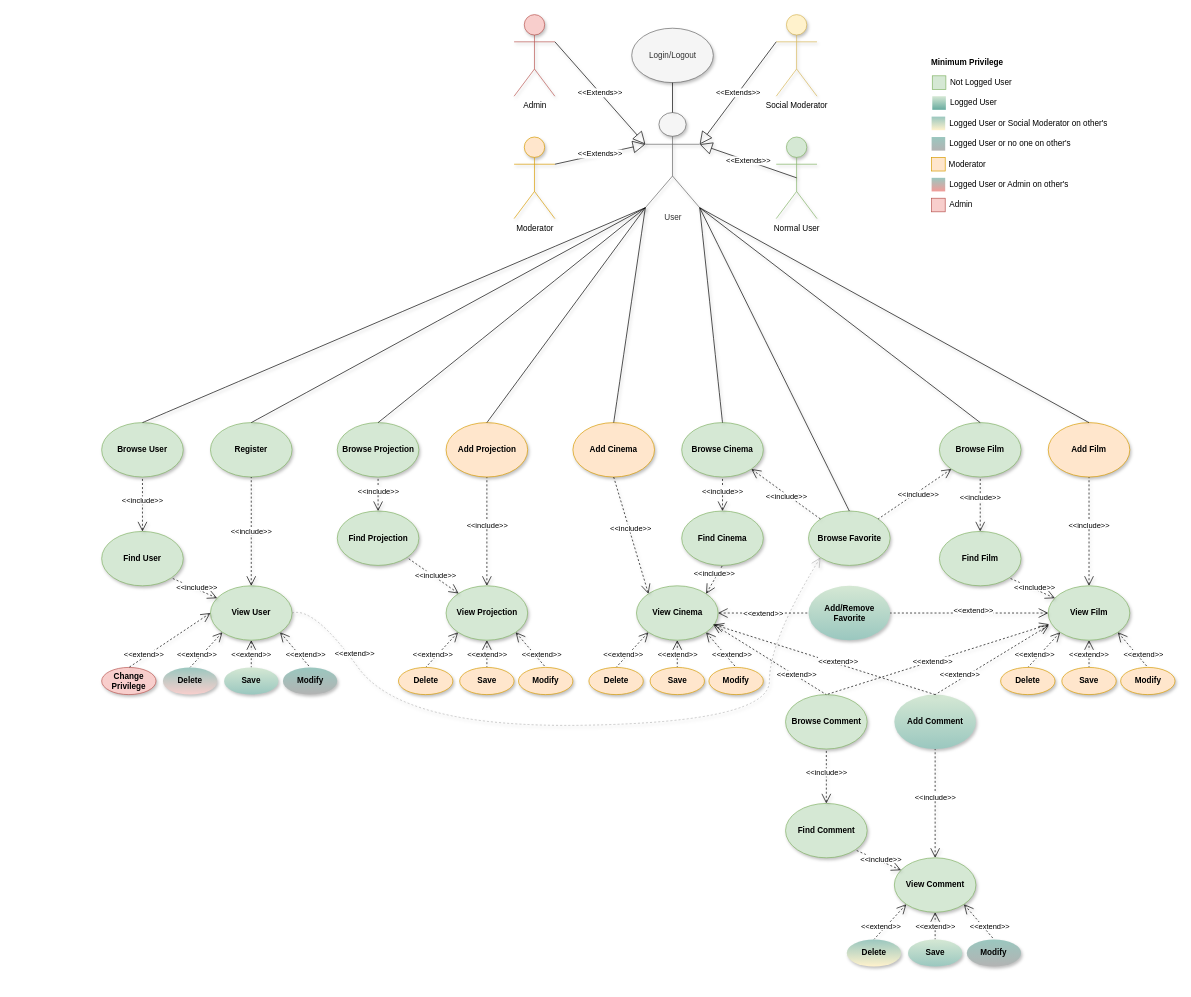
Above: Task2/Documentation/Diagrams/Use Case.drawio in unipi-fr/LargeScaleMultiStructureDatabases (draw.io), before the change. Source tidied: cells renumbered, new cells numbered last; positions are measured from the earlier drawing's top-left corner, leaving out a move shared by most shapes. Both pictures are drawn from the tidied source at 68%, with x=0, y=0 at pixel (101, 14).
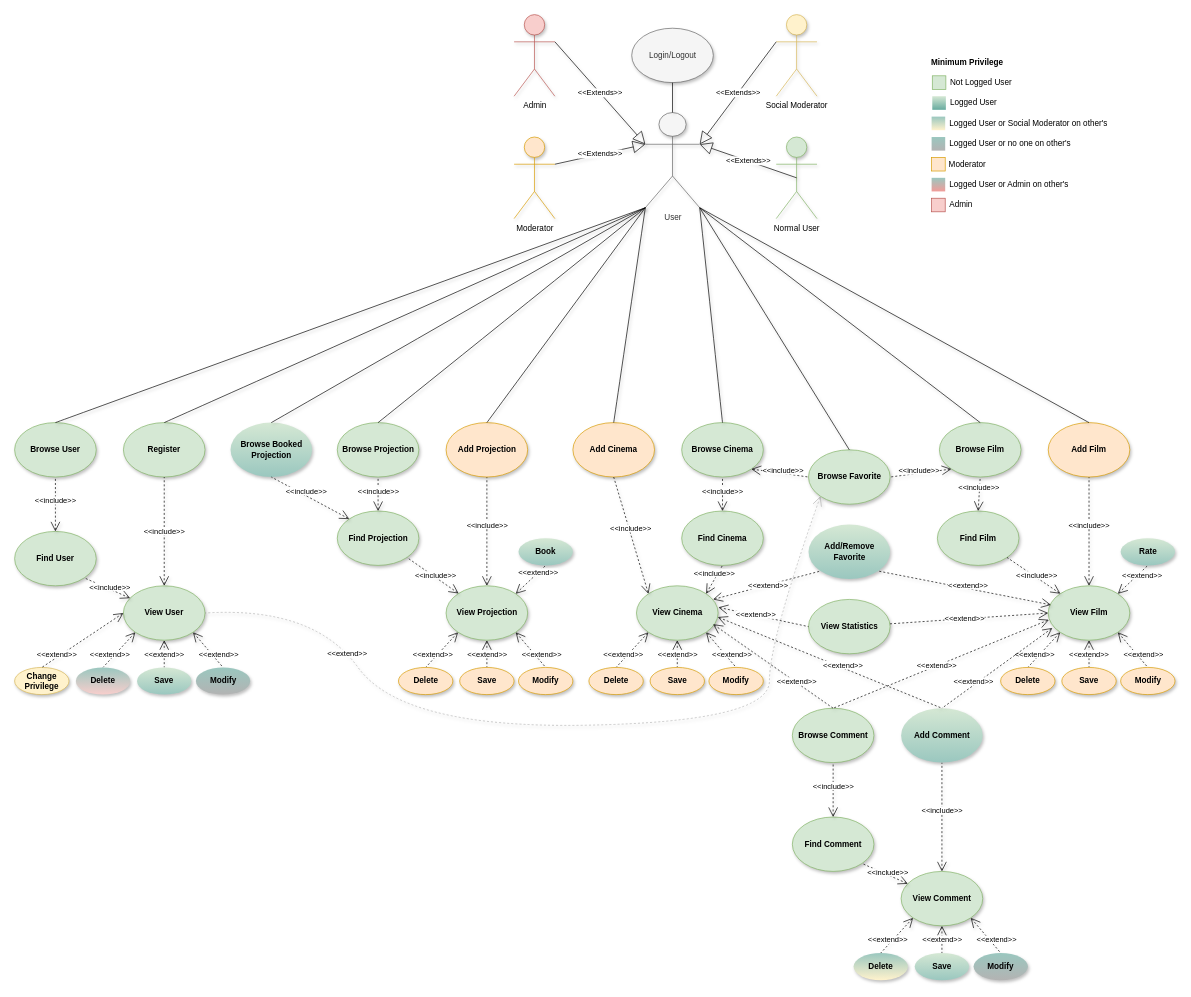
The same page after the edit.

Unchanged cells that the change refers to:
```xml
<mxCell id="3" value="User" style="shape=umlActor;verticalLabelPosition=bottom;labelBackgroundColor=#ffffff;verticalAlign=top;html=1;outlineConnect=0;fillColor=#f5f5f5;strokeColor=#666666;shadow=1;fontColor=#333333;" parent="1" vertex="1">
  <mxGeometry x="799.5" y="144" width="80" height="140" as="geometry" />
</mxCell>
<mxCell id="39" value="View Projection" style="ellipse;whiteSpace=wrap;html=1;fontStyle=1;fillColor=#d5e8d4;strokeColor=#82b366;shadow=1;" parent="1" vertex="1">
  <mxGeometry x="506.5" y="840" width="120" height="80" as="geometry" />
</mxCell>
<mxCell id="43" value="Find Projection" style="ellipse;whiteSpace=wrap;html=1;fontStyle=1;fillColor=#d5e8d4;strokeColor=#82b366;shadow=1;" parent="1" vertex="1">
  <mxGeometry x="346.5" y="730" width="120" height="80" as="geometry" />
</mxCell>
<mxCell id="51" value="View Cinema" style="ellipse;whiteSpace=wrap;html=1;fontStyle=1;fillColor=#d5e8d4;strokeColor=#82b366;shadow=1;direction=east;" parent="1" vertex="1">
  <mxGeometry x="786.5" y="840" width="120" height="80" as="geometry" />
</mxCell>
<mxCell id="56" value="Browse Cinema" style="ellipse;whiteSpace=wrap;html=1;fontStyle=1;fillColor=#d5e8d4;strokeColor=#82b366;shadow=1;direction=east;" parent="1" vertex="1">
  <mxGeometry x="853" y="600" width="120" height="80" as="geometry" />
</mxCell>
<mxCell id="62" value="View Film" style="ellipse;whiteSpace=wrap;html=1;fontStyle=1;fillColor=#d5e8d4;strokeColor=#82b366;shadow=1;" parent="1" vertex="1">
  <mxGeometry x="1392" y="840" width="120" height="80" as="geometry" />
</mxCell>
<mxCell id="69" value="&lt;b&gt;Browse Film&lt;/b&gt;" style="ellipse;whiteSpace=wrap;html=1;fontStyle=1;fillColor=#d5e8d4;strokeColor=#82b366;shadow=1;" parent="1" vertex="1">
  <mxGeometry x="1232" y="600" width="120" height="80" as="geometry" />
</mxCell>
```

Diff of the diagram source:
```diff
@@
     <mxCell id="2" value="&lt;span style=&quot;background-color: rgb(255 , 255 , 255)&quot;&gt;&amp;lt;&amp;lt;extend&amp;gt;&amp;gt;&lt;/span&gt;" style="edgeStyle=none;html=1;startArrow=open;endArrow=none;startSize=12;verticalAlign=bottom;dashed=1;labelBackgroundColor=none;entryX=1;entryY=0.5;entryDx=0;entryDy=0;shadow=1;exitX=0;exitY=1;exitDx=0;exitDy=0;jumpStyle=arc;curved=1;fillColor=#f5f5f5;strokeColor=#B3B3B3;" parent="1" edge="1" source="9" target="27">
-      <mxGeometry x="0.75" y="-2" relative="1" as="geometry">
+      <mxGeometry x="0.6" y="6" relative="1" as="geometry">
         <Array as="points">
           <mxPoint x="982" y="920" />
           <mxPoint x="982" y="1040" />
           <mxPoint x="442" y="1050" />
           <mxPoint x="312" y="870" />
         </Array>
       </mxGeometry>
     </mxCell>
@@
     <mxCell id="9" value="Browse Favorite" style="ellipse;whiteSpace=wrap;html=1;fontStyle=1;fillColor=#d5e8d4;strokeColor=#82b366;shadow=1;" parent="1" vertex="1">
-      <mxGeometry x="1039.5" y="730" width="120" height="80" as="geometry" />
+      <mxGeometry x="1039.5" y="640" width="120" height="80" as="geometry" />
     </mxCell>
     <mxCell id="10" value="Add/Remove Favorite" style="ellipse;whiteSpace=wrap;html=1;fontStyle=1;fillColor=#d5e8d4;strokeColor=none;shadow=1;gradientColor=#9AC7BF;" parent="1" vertex="1">
-      <mxGeometry x="1039.5" y="840" width="120" height="80" as="geometry" />
+      <mxGeometry x="1039.5" y="750" width="120" height="80" as="geometry" />
     </mxCell>
@@
     <mxCell id="15" value="View Comment" style="ellipse;whiteSpace=wrap;html=1;fontStyle=1;fillColor=#d5e8d4;strokeColor=#82b366;shadow=1;" parent="1" vertex="1">
-      <mxGeometry x="1165.7" y="1240" width="120" height="80" as="geometry" />
+      <mxGeometry x="1175.7" y="1260" width="120" height="80" as="geometry" />
     </mxCell>
     <mxCell id="16" value="Delete" style="ellipse;whiteSpace=wrap;html=1;fontStyle=1;fillColor=#9AC7BF;strokeColor=none;shadow=1;gradientColor=#FFF2CC;" parent="1" vertex="1">
-      <mxGeometry x="1095.7" y="1360" width="80" height="40" as="geometry" />
+      <mxGeometry x="1105.7" y="1380" width="80" height="40" as="geometry" />
     </mxCell>
     <mxCell id="17" value="Save" style="ellipse;whiteSpace=wrap;html=1;fontStyle=1;fillColor=#d5e8d4;strokeColor=none;shadow=1;gradientColor=#9AC7BF;" parent="1" vertex="1">
-      <mxGeometry x="1185.7" y="1360" width="80" height="40" as="geometry" />
+      <mxGeometry x="1195.7" y="1380" width="80" height="40" as="geometry" />
     </mxCell>
     <mxCell id="18" value="Modify" style="ellipse;whiteSpace=wrap;html=1;fontStyle=1;fillColor=#9AC7BF;strokeColor=none;shadow=1;gradientColor=#B3B3B3;" parent="1" vertex="1">
-      <mxGeometry x="1272.2" y="1360" width="80" height="40" as="geometry" />
+      <mxGeometry x="1282.2" y="1380" width="80" height="40" as="geometry" />
     </mxCell>
     <mxCell id="19" value="Find Comment" style="ellipse;whiteSpace=wrap;html=1;fontStyle=1;fillColor=#d5e8d4;strokeColor=#82b366;shadow=1;" parent="1" vertex="1">
-      <mxGeometry x="1005.7" y="1160" width="120" height="80" as="geometry" />
+      <mxGeometry x="1015.7" y="1180" width="120" height="80" as="geometry" />
     </mxCell>
     <mxCell id="20" value="Browse Comment" style="ellipse;whiteSpace=wrap;html=1;fontStyle=1;fillColor=#d5e8d4;strokeColor=#82b366;shadow=1;" parent="1" vertex="1">
-      <mxGeometry x="1005.7" y="1000" width="120" height="80" as="geometry" />
+      <mxGeometry x="1015.7" y="1020" width="120" height="80" as="geometry" />
     </mxCell>
@@
     <mxCell id="22" value="Add Comment" style="ellipse;whiteSpace=wrap;html=1;fontStyle=1;fillColor=#d5e8d4;strokeColor=none;shadow=1;gradientColor=#9AC7BF;" parent="1" vertex="1">
-      <mxGeometry x="1165.7" y="1000" width="120" height="80" as="geometry" />
+      <mxGeometry x="1175.7" y="1020" width="120" height="80" as="geometry" />
     </mxCell>
@@
     <mxCell id="27" value="View User" style="ellipse;whiteSpace=wrap;html=1;fontStyle=1;fillColor=#d5e8d4;strokeColor=#82b366;shadow=1;" parent="1" vertex="1">
-      <mxGeometry x="160" y="840" width="120" height="80" as="geometry" />
+      <mxGeometry x="32" y="840" width="120" height="80" as="geometry" />
     </mxCell>
     <mxCell id="28" value="Delete" style="ellipse;whiteSpace=wrap;html=1;fontStyle=1;fillColor=#9AC7BF;strokeColor=none;shadow=1;gradientColor=#F8CECC;" parent="1" vertex="1">
-      <mxGeometry x="90" y="960" width="80" height="40" as="geometry" />
+      <mxGeometry x="-38" y="960" width="80" height="40" as="geometry" />
     </mxCell>
     <mxCell id="29" value="Save" style="ellipse;whiteSpace=wrap;html=1;fontStyle=1;fillColor=#d5e8d4;strokeColor=none;shadow=1;gradientColor=#9AC7BF;" parent="1" vertex="1">
-      <mxGeometry x="180" y="960" width="80" height="40" as="geometry" />
+      <mxGeometry x="52" y="960" width="80" height="40" as="geometry" />
     </mxCell>
     <mxCell id="30" value="Modify" style="ellipse;whiteSpace=wrap;html=1;fontStyle=1;fillColor=#9AC7BF;strokeColor=none;shadow=1;gradientColor=#B3B3B3;" parent="1" vertex="1">
-      <mxGeometry x="266.5" y="960" width="80" height="40" as="geometry" />
+      <mxGeometry x="138.5" y="960" width="80" height="40" as="geometry" />
     </mxCell>
     <mxCell id="31" value="Find User" style="ellipse;whiteSpace=wrap;html=1;fontStyle=1;fillColor=#d5e8d4;strokeColor=#82b366;shadow=1;" parent="1" vertex="1">
-      <mxGeometry y="760" width="120" height="80" as="geometry" />
+      <mxGeometry x="-128" y="760" width="120" height="80" as="geometry" />
     </mxCell>
     <mxCell id="32" value="Browse User" style="ellipse;whiteSpace=wrap;html=1;fontStyle=1;fillColor=#d5e8d4;strokeColor=#82b366;shadow=1;" parent="1" vertex="1">
-      <mxGeometry y="600" width="120" height="80" as="geometry" />
+      <mxGeometry x="-128" y="600" width="120" height="80" as="geometry" />
     </mxCell>
@@
     <mxCell id="66" value="Find Film" style="ellipse;whiteSpace=wrap;html=1;fontStyle=1;fillColor=#d5e8d4;strokeColor=#82b366;shadow=1;" parent="1" vertex="1">
-      <mxGeometry x="1232" y="760" width="120" height="80" as="geometry" />
+      <mxGeometry x="1229" y="730" width="120" height="80" as="geometry" />
     </mxCell>
@@
     <mxCell id="79" value="Register" style="ellipse;whiteSpace=wrap;html=1;fontStyle=1;fillColor=#d5e8d4;strokeColor=#82b366;shadow=1;" parent="1" vertex="1">
-      <mxGeometry x="160" y="600" width="120" height="80" as="geometry" />
+      <mxGeometry x="32" y="600" width="120" height="80" as="geometry" />
     </mxCell>
@@
-    <mxCell id="83" value="&lt;span style=&quot;background-color: rgb(255 , 255 , 255)&quot;&gt;&amp;lt;&amp;lt;extend&amp;gt;&amp;gt;&lt;/span&gt;" style="edgeStyle=none;html=1;startArrow=open;endArrow=none;startSize=12;verticalAlign=bottom;dashed=1;labelBackgroundColor=none;entryX=1;entryY=0.5;entryDx=0;entryDy=0;exitX=0;exitY=0.5;exitDx=0;exitDy=0;shadow=1;" parent="1" edge="1" source="62" target="10">
+    <mxCell id="83" value="&lt;span style=&quot;background-color: rgb(255 , 255 , 255)&quot;&gt;&amp;lt;&amp;lt;extend&amp;gt;&amp;gt;&lt;/span&gt;" style="edgeStyle=none;html=1;startArrow=open;endArrow=none;startSize=12;verticalAlign=bottom;dashed=1;labelBackgroundColor=none;entryX=1;entryY=1;entryDx=0;entryDy=0;exitX=0.033;exitY=0.35;exitDx=0;exitDy=0;shadow=1;exitPerimeter=0;" parent="1" edge="1" source="62" target="10">
       <mxGeometry x="-0.05" y="5" relative="1" as="geometry" />
     </mxCell>
@@
-    <mxCell id="87" value="&lt;span style=&quot;background-color: rgb(255 , 255 , 255)&quot;&gt;&amp;lt;&amp;lt;include&amp;gt;&amp;gt;&lt;/span&gt;" style="edgeStyle=none;html=1;startArrow=open;endArrow=none;startSize=12;verticalAlign=bottom;dashed=1;labelBackgroundColor=none;shadow=1;entryX=0;entryY=0;entryDx=0;entryDy=0;exitX=1;exitY=1;exitDx=0;exitDy=0;" parent="1" edge="1" source="56" target="9">
-      <mxGeometry x="0.11" y="-9" relative="1" as="geometry">
-        <mxPoint y="1" as="offset" />
-      </mxGeometry>
+    <mxCell id="87" value="&lt;span style=&quot;background-color: rgb(255 , 255 , 255)&quot;&gt;&amp;lt;&amp;lt;include&amp;gt;&amp;gt;&lt;/span&gt;" style="edgeStyle=none;html=1;startArrow=open;endArrow=none;startSize=12;verticalAlign=bottom;dashed=1;labelBackgroundColor=none;shadow=1;entryX=0;entryY=0.5;entryDx=0;entryDy=0;exitX=1;exitY=1;exitDx=0;exitDy=0;" parent="1" edge="1" source="56" target="9">
+      <mxGeometry x="0.12" y="-5" relative="1" as="geometry" />
     </mxCell>
-    <mxCell id="88" value="&lt;span style=&quot;background-color: rgb(255 , 255 , 255)&quot;&gt;&amp;lt;&amp;lt;include&amp;gt;&amp;gt;&lt;/span&gt;" style="edgeStyle=none;html=1;startArrow=open;endArrow=none;startSize=12;verticalAlign=bottom;dashed=1;labelBackgroundColor=none;shadow=1;entryX=1;entryY=0;entryDx=0;entryDy=0;exitX=0;exitY=1;exitDx=0;exitDy=0;" parent="1" edge="1" source="69" target="9">
-      <mxGeometry x="0.03" y="11" relative="1" as="geometry">
-        <mxPoint x="1" as="offset" />
-      </mxGeometry>
+    <mxCell id="88" value="&lt;span style=&quot;background-color: rgb(255 , 255 , 255)&quot;&gt;&amp;lt;&amp;lt;include&amp;gt;&amp;gt;&lt;/span&gt;" style="edgeStyle=none;html=1;startArrow=open;endArrow=none;startSize=12;verticalAlign=bottom;dashed=1;labelBackgroundColor=none;shadow=1;entryX=1;entryY=0.5;entryDx=0;entryDy=0;exitX=0;exitY=1;exitDx=0;exitDy=0;" parent="1" edge="1" source="69" target="9">
+      <mxGeometry x="0.07" y="5" relative="1" as="geometry" />
     </mxCell>
-    <mxCell id="89" value="&lt;span style=&quot;background-color: rgb(255 , 255 , 255)&quot;&gt;&amp;lt;&amp;lt;extend&amp;gt;&amp;gt;&lt;/span&gt;" style="edgeStyle=none;html=1;startArrow=open;endArrow=none;startSize=12;verticalAlign=bottom;dashed=1;labelBackgroundColor=none;entryX=0;entryY=0.5;entryDx=0;entryDy=0;exitX=1;exitY=0.5;exitDx=0;exitDy=0;shadow=1;" parent="1" edge="1" source="51" target="10">
+    <mxCell id="89" value="&lt;span style=&quot;background-color: rgb(255 , 255 , 255)&quot;&gt;&amp;lt;&amp;lt;extend&amp;gt;&amp;gt;&lt;/span&gt;" style="edgeStyle=none;html=1;startArrow=open;endArrow=none;startSize=12;verticalAlign=bottom;dashed=1;labelBackgroundColor=none;entryX=0;entryY=1;entryDx=0;entryDy=0;exitX=0.939;exitY=0.25;exitDx=0;exitDy=0;shadow=1;exitPerimeter=0;" parent="1" edge="1" source="51" target="10">
       <mxGeometry x="-0.01" y="-10" relative="1" as="geometry" />
     </mxCell>
     <mxCell id="90" value="&lt;span style=&quot;background-color: rgb(255 , 255 , 255)&quot;&gt;&amp;lt;&amp;lt;extend&amp;gt;&amp;gt;&lt;/span&gt;" style="edgeStyle=none;html=1;startArrow=open;endArrow=none;startSize=12;verticalAlign=bottom;dashed=1;labelBackgroundColor=none;entryX=0.5;entryY=0;entryDx=0;entryDy=0;exitX=0.939;exitY=0.706;exitDx=0;exitDy=0;shadow=1;exitPerimeter=0;" parent="1" edge="1" source="51" target="20">
-      <mxGeometry x="0.51" y="-6" relative="1" as="geometry" />
+      <mxGeometry x="0.43" y="-6" relative="1" as="geometry" />
     </mxCell>
-    <mxCell id="91" value="&lt;span style=&quot;background-color: rgb(255 , 255 , 255)&quot;&gt;&amp;lt;&amp;lt;extend&amp;gt;&amp;gt;&lt;/span&gt;" style="edgeStyle=none;html=1;startArrow=open;endArrow=none;startSize=12;verticalAlign=bottom;dashed=1;labelBackgroundColor=none;entryX=0.5;entryY=0;entryDx=0;entryDy=0;exitX=0.011;exitY=0.707;exitDx=0;exitDy=0;shadow=1;exitPerimeter=0;" parent="1" edge="1" source="62" target="20">
-      <mxGeometry x="0.06" y="9" relative="1" as="geometry" />
+    <mxCell id="91" value="&lt;span style=&quot;background-color: rgb(255 , 255 , 255)&quot;&gt;&amp;lt;&amp;lt;extend&amp;gt;&amp;gt;&lt;/span&gt;" style="edgeStyle=none;html=1;startArrow=open;endArrow=none;startSize=12;verticalAlign=bottom;dashed=1;labelBackgroundColor=none;entryX=0.5;entryY=0;entryDx=0;entryDy=0;shadow=1;" parent="1" edge="1" target="20">
+      <mxGeometry x="0.06" y="9" relative="1" as="geometry">
+        <mxPoint x="1393" y="890" as="sourcePoint" />
+      </mxGeometry>
     </mxCell>
-    <mxCell id="92" value="&lt;span style=&quot;background-color: rgb(255 , 255 , 255)&quot;&gt;&amp;lt;&amp;lt;extend&amp;gt;&amp;gt;&lt;/span&gt;" style="edgeStyle=none;html=1;startArrow=open;endArrow=none;startSize=12;verticalAlign=bottom;dashed=1;labelBackgroundColor=none;entryX=0.5;entryY=0;entryDx=0;entryDy=0;shadow=1;" parent="1" edge="1" source="51" target="22">
+    <mxCell id="92" value="&lt;span style=&quot;background-color: rgb(255 , 255 , 255)&quot;&gt;&amp;lt;&amp;lt;extend&amp;gt;&amp;gt;&lt;/span&gt;" style="edgeStyle=none;html=1;startArrow=open;endArrow=none;startSize=12;verticalAlign=bottom;dashed=1;labelBackgroundColor=none;entryX=0.5;entryY=0;entryDx=0;entryDy=0;shadow=1;exitX=0.997;exitY=0.575;exitDx=0;exitDy=0;exitPerimeter=0;" parent="1" edge="1" source="51" target="22">
       <mxGeometry x="0.13" y="-5" relative="1" as="geometry" />
     </mxCell>
-    <mxCell id="93" value="&lt;span style=&quot;background-color: rgb(255 , 255 , 255)&quot;&gt;&amp;lt;&amp;lt;extend&amp;gt;&amp;gt;&lt;/span&gt;" style="edgeStyle=none;html=1;startArrow=open;endArrow=none;startSize=12;verticalAlign=bottom;dashed=1;labelBackgroundColor=none;entryX=0.5;entryY=0;entryDx=0;entryDy=0;shadow=1;" parent="1" edge="1" target="22">
-      <mxGeometry x="0.58" y="2" relative="1" as="geometry">
-        <mxPoint x="1393" y="898" as="sourcePoint" />
-      </mxGeometry>
+    <mxCell id="93" value="&lt;span style=&quot;background-color: rgb(255 , 255 , 255)&quot;&gt;&amp;lt;&amp;lt;extend&amp;gt;&amp;gt;&lt;/span&gt;" style="edgeStyle=none;html=1;startArrow=open;endArrow=none;startSize=12;verticalAlign=bottom;dashed=1;labelBackgroundColor=none;entryX=0.5;entryY=0;entryDx=0;entryDy=0;shadow=1;exitX=0.051;exitY=0.775;exitDx=0;exitDy=0;exitPerimeter=0;" parent="1" edge="1" source="62" target="22">
+      <mxGeometry x="0.45" y="3" relative="1" as="geometry" />
     </mxCell>
@@
-    <mxCell id="95" value="Social Moderator" style="shape=umlActor;verticalLabelPosition=bottom;labelBackgroundColor=#ffffff;verticalAlign=top;html=1;outlineConnect=0;fillColor=#fff2cc;strokeColor=#d6b656;shadow=1;" parent="1" vertex="1">
+    <mxCell id="95" value="Social Moderator" style="shape=umlActor;verticalLabelPosition=bottom;labelBackgroundColor=#ffffff;verticalAlign=top;html=1;outlineConnect=0;fillColor=#fff2cc;strokeColor=#D6B656;shadow=1;" parent="1" vertex="1">
       <mxGeometry x="992" width="60" height="120" as="geometry" />
     </mxCell>
@@
-    <mxCell id="111" value="Change Privilege" style="ellipse;whiteSpace=wrap;html=1;fontStyle=1;fillColor=#f8cecc;strokeColor=#b85450;shadow=1;" parent="1" vertex="1">
-      <mxGeometry y="960" width="80" height="40" as="geometry" />
+    <mxCell id="111" value="Change Privilege" style="ellipse;whiteSpace=wrap;html=1;fontStyle=1;fillColor=#FFF2CC;strokeColor=#D6B656;shadow=1;" parent="1" vertex="1">
+      <mxGeometry x="-128" y="960" width="80" height="40" as="geometry" />
     </mxCell>
@@
+    <mxCell id="115" value="&lt;span style=&quot;background-color: rgb(255 , 255 , 255)&quot;&gt;&amp;lt;&amp;lt;extend&amp;gt;&amp;gt;&lt;/span&gt;" style="edgeStyle=none;html=1;startArrow=open;endArrow=none;startSize=12;verticalAlign=bottom;dashed=1;labelBackgroundColor=none;entryX=0.5;entryY=1;entryDx=0;entryDy=0;exitX=1;exitY=0;exitDx=0;exitDy=0;shadow=1;" parent="1" edge="1" source="62" target="116">
+      <mxGeometry x="0.25" y="-11" relative="1" as="geometry" />
+    </mxCell>
+    <mxCell id="116" value="Rate" style="ellipse;whiteSpace=wrap;html=1;fontStyle=1;fillColor=#d5e8d4;strokeColor=none;shadow=1;gradientColor=#9AC7BF;" parent="1" vertex="1">
+      <mxGeometry x="1498.5" y="770" width="80" height="40" as="geometry" />
+    </mxCell>
+    <mxCell id="117" value="View Statistics" style="ellipse;whiteSpace=wrap;html=1;fontStyle=1;fillColor=#d5e8d4;strokeColor=#82b366;shadow=1;" parent="1" vertex="1">
+      <mxGeometry x="1039.5" y="860" width="120" height="80" as="geometry" />
+    </mxCell>
+    <mxCell id="118" value="&lt;span style=&quot;background-color: rgb(255 , 255 , 255)&quot;&gt;&amp;lt;&amp;lt;extend&amp;gt;&amp;gt;&lt;/span&gt;" style="edgeStyle=none;html=1;startArrow=open;endArrow=none;startSize=12;verticalAlign=bottom;dashed=1;labelBackgroundColor=none;exitX=0;exitY=0.5;exitDx=0;exitDy=0;shadow=1;" parent="1" edge="1" source="62" target="117">
+      <mxGeometry x="0.06" y="9" relative="1" as="geometry" />
+    </mxCell>
+    <mxCell id="119" value="&lt;span style=&quot;background-color: rgb(255 , 255 , 255)&quot;&gt;&amp;lt;&amp;lt;extend&amp;gt;&amp;gt;&lt;/span&gt;" style="edgeStyle=none;html=1;startArrow=open;endArrow=none;startSize=12;verticalAlign=bottom;dashed=1;labelBackgroundColor=none;shadow=1;entryX=0;entryY=0.5;entryDx=0;entryDy=0;exitX=1.004;exitY=0.396;exitDx=0;exitDy=0;exitPerimeter=0;" parent="1" edge="1" source="51" target="117">
+      <mxGeometry x="-0.15" y="-8" relative="1" as="geometry" />
+    </mxCell>
+    <mxCell id="120" value="Book" style="ellipse;whiteSpace=wrap;html=1;fontStyle=1;fillColor=#d5e8d4;strokeColor=none;shadow=1;gradientColor=#9AC7BF;" parent="1" vertex="1">
+      <mxGeometry x="613" y="770" width="80" height="40" as="geometry" />
+    </mxCell>
+    <mxCell id="121" value="&lt;span style=&quot;background-color: rgb(255 , 255 , 255)&quot;&gt;&amp;lt;&amp;lt;extend&amp;gt;&amp;gt;&lt;/span&gt;" style="edgeStyle=none;html=1;startArrow=open;endArrow=none;startSize=12;verticalAlign=bottom;dashed=1;labelBackgroundColor=none;entryX=0.5;entryY=1;entryDx=0;entryDy=0;shadow=1;exitX=1;exitY=0;exitDx=0;exitDy=0;" parent="1" edge="1" source="39" target="120">
+      <mxGeometry x="0.28" y="-7" relative="1" as="geometry" />
+    </mxCell>
+    <mxCell id="122" value="&lt;b&gt;Browse&amp;nbsp;&lt;/b&gt;Booked Projection" style="ellipse;whiteSpace=wrap;html=1;fontStyle=1;fillColor=#d5e8d4;strokeColor=none;shadow=1;gradientColor=#9AC7BF;" parent="1" vertex="1">
+      <mxGeometry x="189.5" y="600" width="120" height="80" as="geometry" />
+    </mxCell>
+    <mxCell id="123" style="endArrow=none;html=1;exitX=0.5;exitY=0;exitDx=0;exitDy=0;strokeColor=#000000;curved=1;entryX=0;entryY=1;entryDx=0;entryDy=0;entryPerimeter=0;shadow=1;" parent="1" edge="1" source="122" target="3">
+      <mxGeometry relative="1" as="geometry" />
+    </mxCell>
+    <mxCell id="124" value="&lt;span style=&quot;background-color: rgb(255 , 255 , 255)&quot;&gt;&amp;lt;&amp;lt;include&amp;gt;&amp;gt;&lt;/span&gt;" style="edgeStyle=none;html=1;startArrow=open;endArrow=none;startSize=12;verticalAlign=bottom;dashed=1;labelBackgroundColor=none;entryX=0.5;entryY=1;entryDx=0;entryDy=0;exitX=0;exitY=0;exitDx=0;exitDy=0;shadow=1;" parent="1" edge="1" source="43" target="122">
+      <mxGeometry x="0.07" y="2" relative="1" as="geometry" />
+    </mxCell>
```
